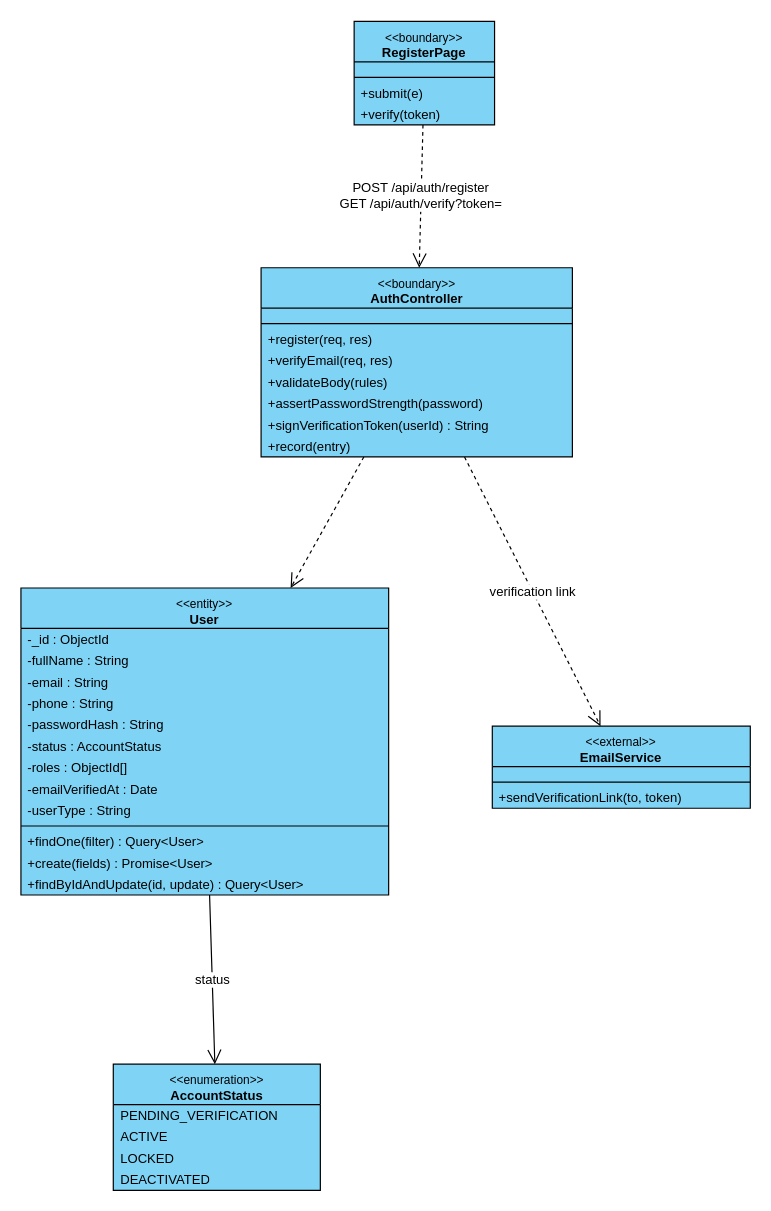
toikobi401/SWD392 keeps this draw.io diagram as final/diagrams/M2_Auth-And-Administration_Diagrams/class_diagrams/CD-06_UC-G16_RegisterAccount.drawio. Above is the earlier version. Source tidied: cells renumbered, new cells numbered last; positions are measured from the earlier drawing's top-left corner, leaving out a move shared by most shapes. Both pictures are drawn from the tidied source at 119%, with x=0, y=0 at pixel (20, 20).
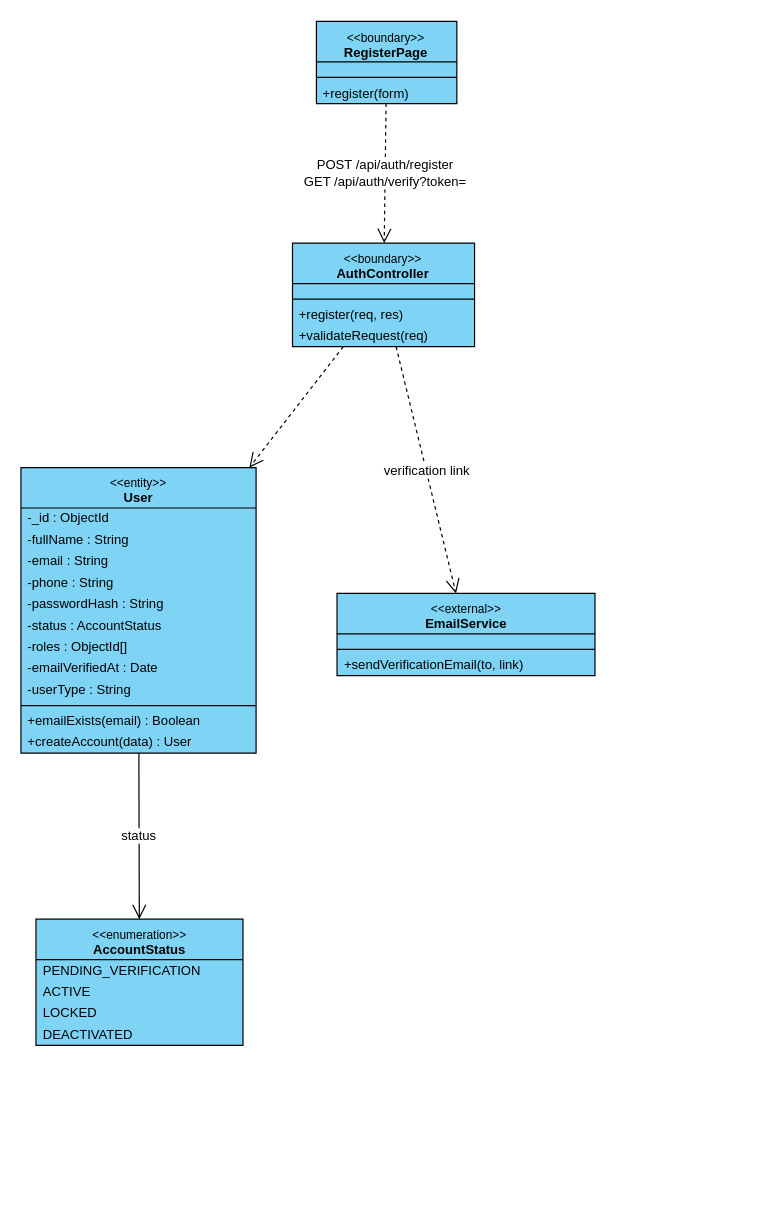
After the change.

What changed in the source:
```diff
@@
     <mxCell id="2" value="&lt;font style=&quot;font-size:10px&quot;&gt;&amp;lt;&amp;lt;boundary&amp;gt;&amp;gt;&lt;/font&gt;&lt;br&gt;&lt;b&gt;RegisterPage&lt;/b&gt;" style="swimlane;fontStyle=0;align=center;verticalAlign=top;horizontal=1;startSize=34;html=1;whiteSpace=wrap;fontSize=11;fillColor=#7fd3f5;swimlaneFillColor=#7fd3f5;strokeColor=#000000;" parent="1" vertex="1">
-      <mxGeometry x="280.1" y="0.5" width="118" height="87" as="geometry" />
+      <mxGeometry x="248.4" y="0.5" width="118" height="69" as="geometry" />
     </mxCell>
@@
-    <mxCell id="5" value="+submit(e)" style="text;strokeColor=none;fillColor=none;align=left;verticalAlign=middle;spacingLeft=4;spacingRight=4;overflow=hidden;whiteSpace=nowrap;html=1;fontSize=11;" parent="2" vertex="1">
+    <mxCell id="5" value="+register(form)" style="text;strokeColor=none;fillColor=none;align=left;verticalAlign=middle;spacingLeft=4;spacingRight=4;overflow=hidden;whiteSpace=nowrap;html=1;fontSize=11;" parent="2" vertex="1">
       <mxGeometry y="51" width="118" height="18" as="geometry" />
     </mxCell>
-    <mxCell id="6" value="+verify(token)" style="text;strokeColor=none;fillColor=none;align=left;verticalAlign=middle;spacingLeft=4;spacingRight=4;overflow=hidden;whiteSpace=nowrap;html=1;fontSize=11;" parent="2" vertex="1">
-      <mxGeometry y="69" width="118" height="18" as="geometry" />
-    </mxCell>
     <mxCell id="7" value="&lt;font style=&quot;font-size:10px&quot;&gt;&amp;lt;&amp;lt;boundary&amp;gt;&amp;gt;&lt;/font&gt;&lt;br&gt;&lt;b&gt;AuthController&lt;/b&gt;" style="swimlane;fontStyle=0;align=center;verticalAlign=top;horizontal=1;startSize=34;html=1;whiteSpace=wrap;fontSize=11;fillColor=#7fd3f5;swimlaneFillColor=#7fd3f5;strokeColor=#000000;" parent="1" vertex="1">
-      <mxGeometry x="201.9" y="207.5" width="261.6" height="159" as="geometry" />
+      <mxGeometry x="228.3" y="186.8" width="153" height="87" as="geometry" />
     </mxCell>
     <mxCell id="8" style="text;strokeColor=none;fillColor=none;html=1;" parent="7" vertex="1">
-      <mxGeometry y="34" width="261.6" height="9" as="geometry" />
+      <mxGeometry y="34" width="153" height="9" as="geometry" />
     </mxCell>
     <mxCell id="9" style="line;strokeWidth=1;fillColor=none;align=left;verticalAlign=middle;spacingTop=-1;spacingLeft=3;spacingRight=3;labelPosition=right;strokeColor=#000000;" parent="7" vertex="1">
-      <mxGeometry y="43" width="261.6" height="8" as="geometry" />
+      <mxGeometry y="43" width="153" height="8" as="geometry" />
     </mxCell>
     <mxCell id="10" value="+register(req, res)" style="text;strokeColor=none;fillColor=none;align=left;verticalAlign=middle;spacingLeft=4;spacingRight=4;overflow=hidden;whiteSpace=nowrap;html=1;fontSize=11;" parent="7" vertex="1">
-      <mxGeometry y="51" width="261.6" height="18" as="geometry" />
+      <mxGeometry y="51" width="153" height="18" as="geometry" />
     </mxCell>
-    <mxCell id="11" value="+verifyEmail(req, res)" style="text;strokeColor=none;fillColor=none;align=left;verticalAlign=middle;spacingLeft=4;spacingRight=4;overflow=hidden;whiteSpace=nowrap;html=1;fontSize=11;" parent="7" vertex="1">
-      <mxGeometry y="69" width="261.6" height="18" as="geometry" />
+    <mxCell id="11" value="+validateRequest(req)" style="text;strokeColor=none;fillColor=none;align=left;verticalAlign=middle;spacingLeft=4;spacingRight=4;overflow=hidden;whiteSpace=nowrap;html=1;fontSize=11;" parent="7" vertex="1">
+      <mxGeometry y="69" width="153" height="18" as="geometry" />
     </mxCell>
-    <mxCell id="12" value="+validateBody(rules)" style="text;strokeColor=none;fillColor=none;align=left;verticalAlign=middle;spacingLeft=4;spacingRight=4;overflow=hidden;whiteSpace=nowrap;html=1;fontSize=11;" parent="7" vertex="1">
-      <mxGeometry y="87" width="261.6" height="18" as="geometry" />
-    </mxCell>
-    <mxCell id="13" value="+assertPasswordStrength(password)" style="text;strokeColor=none;fillColor=none;align=left;verticalAlign=middle;spacingLeft=4;spacingRight=4;overflow=hidden;whiteSpace=nowrap;html=1;fontSize=11;" parent="7" vertex="1">
-      <mxGeometry y="105" width="261.6" height="18" as="geometry" />
-    </mxCell>
-    <mxCell id="14" value="+signVerificationToken(userId) : String" style="text;strokeColor=none;fillColor=none;align=left;verticalAlign=middle;spacingLeft=4;spacingRight=4;overflow=hidden;whiteSpace=nowrap;html=1;fontSize=11;" parent="7" vertex="1">
-      <mxGeometry y="123" width="261.6" height="18" as="geometry" />
-    </mxCell>
-    <mxCell id="15" value="+record(entry)" style="text;strokeColor=none;fillColor=none;align=left;verticalAlign=middle;spacingLeft=4;spacingRight=4;overflow=hidden;whiteSpace=nowrap;html=1;fontSize=11;" parent="7" vertex="1">
-      <mxGeometry y="141" width="261.6" height="18" as="geometry" />
-    </mxCell>
     <mxCell id="16" value="&lt;font style=&quot;font-size:10px&quot;&gt;&amp;lt;&amp;lt;entity&amp;gt;&amp;gt;&lt;/font&gt;&lt;br&gt;&lt;b&gt;User&lt;/b&gt;" style="swimlane;fontStyle=0;align=center;verticalAlign=top;horizontal=1;startSize=34;html=1;whiteSpace=wrap;fontSize=11;fillColor=#7fd3f5;swimlaneFillColor=#7fd3f5;strokeColor=#000000;" parent="1" vertex="1">
-      <mxGeometry x="0.1" y="476.6" width="309" height="258" as="geometry" />
+      <mxGeometry x="0.1" y="375.4" width="197.6" height="240" as="geometry" />
     </mxCell>
     <mxCell id="17" value="-_id : ObjectId" style="text;strokeColor=none;fillColor=none;align=left;verticalAlign=middle;spacingLeft=4;spacingRight=4;overflow=hidden;whiteSpace=nowrap;html=1;fontSize=11;" parent="16" vertex="1">
-      <mxGeometry y="34" width="309" height="18" as="geometry" />
+      <mxGeometry y="34" width="197.6" height="18" as="geometry" />
     </mxCell>
     <mxCell id="18" value="-fullName : String" style="text;strokeColor=none;fillColor=none;align=left;verticalAlign=middle;spacingLeft=4;spacingRight=4;overflow=hidden;whiteSpace=nowrap;html=1;fontSize=11;" parent="16" vertex="1">
-      <mxGeometry y="52" width="309" height="18" as="geometry" />
+      <mxGeometry y="52" width="197.6" height="18" as="geometry" />
     </mxCell>
     <mxCell id="19" value="-email : String" style="text;strokeColor=none;fillColor=none;align=left;verticalAlign=middle;spacingLeft=4;spacingRight=4;overflow=hidden;whiteSpace=nowrap;html=1;fontSize=11;" parent="16" vertex="1">
-      <mxGeometry y="70" width="309" height="18" as="geometry" />
+      <mxGeometry y="70" width="197.6" height="18" as="geometry" />
     </mxCell>
     <mxCell id="20" value="-phone : String" style="text;strokeColor=none;fillColor=none;align=left;verticalAlign=middle;spacingLeft=4;spacingRight=4;overflow=hidden;whiteSpace=nowrap;html=1;fontSize=11;" parent="16" vertex="1">
-      <mxGeometry y="88" width="309" height="18" as="geometry" />
+      <mxGeometry y="88" width="197.6" height="18" as="geometry" />
     </mxCell>
     <mxCell id="21" value="-passwordHash : String" style="text;strokeColor=none;fillColor=none;align=left;verticalAlign=middle;spacingLeft=4;spacingRight=4;overflow=hidden;whiteSpace=nowrap;html=1;fontSize=11;" parent="16" vertex="1">
-      <mxGeometry y="106" width="309" height="18" as="geometry" />
+      <mxGeometry y="106" width="197.6" height="18" as="geometry" />
     </mxCell>
     <mxCell id="22" value="-status : AccountStatus" style="text;strokeColor=none;fillColor=none;align=left;verticalAlign=middle;spacingLeft=4;spacingRight=4;overflow=hidden;whiteSpace=nowrap;html=1;fontSize=11;" parent="16" vertex="1">
-      <mxGeometry y="124" width="309" height="18" as="geometry" />
+      <mxGeometry y="124" width="197.6" height="18" as="geometry" />
     </mxCell>
     <mxCell id="23" value="-roles : ObjectId[]" style="text;strokeColor=none;fillColor=none;align=left;verticalAlign=middle;spacingLeft=4;spacingRight=4;overflow=hidden;whiteSpace=nowrap;html=1;fontSize=11;" parent="16" vertex="1">
-      <mxGeometry y="142" width="309" height="18" as="geometry" />
+      <mxGeometry y="142" width="197.6" height="18" as="geometry" />
     </mxCell>
     <mxCell id="24" value="-emailVerifiedAt : Date" style="text;strokeColor=none;fillColor=none;align=left;verticalAlign=middle;spacingLeft=4;spacingRight=4;overflow=hidden;whiteSpace=nowrap;html=1;fontSize=11;" parent="16" vertex="1">
-      <mxGeometry y="160" width="309" height="18" as="geometry" />
+      <mxGeometry y="160" width="197.6" height="18" as="geometry" />
     </mxCell>
     <mxCell id="25" value="-userType : String" style="text;strokeColor=none;fillColor=none;align=left;verticalAlign=middle;spacingLeft=4;spacingRight=4;overflow=hidden;whiteSpace=nowrap;html=1;fontSize=11;" parent="16" vertex="1">
-      <mxGeometry y="178" width="309" height="18" as="geometry" />
+      <mxGeometry y="178" width="197.6" height="18" as="geometry" />
     </mxCell>
     <mxCell id="26" style="line;strokeWidth=1;fillColor=none;align=left;verticalAlign=middle;spacingTop=-1;spacingLeft=3;spacingRight=3;labelPosition=right;strokeColor=#000000;" parent="16" vertex="1">
-      <mxGeometry y="196" width="309" height="8" as="geometry" />
+      <mxGeometry y="196" width="197.6" height="8" as="geometry" />
     </mxCell>
-    <mxCell id="27" value="+findOne(filter) : Query&amp;lt;User&amp;gt;" style="text;strokeColor=none;fillColor=none;align=left;verticalAlign=middle;spacingLeft=4;spacingRight=4;overflow=hidden;whiteSpace=nowrap;html=1;fontSize=11;" parent="16" vertex="1">
-      <mxGeometry y="204" width="309" height="18" as="geometry" />
+    <mxCell id="27" value="+emailExists(email) : Boolean" style="text;strokeColor=none;fillColor=none;align=left;verticalAlign=middle;spacingLeft=4;spacingRight=4;overflow=hidden;whiteSpace=nowrap;html=1;fontSize=11;" parent="16" vertex="1">
+      <mxGeometry y="204" width="197.6" height="18" as="geometry" />
     </mxCell>
-    <mxCell id="28" value="+create(fields) : Promise&amp;lt;User&amp;gt;" style="text;strokeColor=none;fillColor=none;align=left;verticalAlign=middle;spacingLeft=4;spacingRight=4;overflow=hidden;whiteSpace=nowrap;html=1;fontSize=11;" parent="16" vertex="1">
-      <mxGeometry y="222" width="309" height="18" as="geometry" />
+    <mxCell id="28" value="+createAccount(data) : User" style="text;strokeColor=none;fillColor=none;align=left;verticalAlign=middle;spacingLeft=4;spacingRight=4;overflow=hidden;whiteSpace=nowrap;html=1;fontSize=11;" parent="16" vertex="1">
+      <mxGeometry y="222" width="197.6" height="18" as="geometry" />
     </mxCell>
-    <mxCell id="29" value="+findByIdAndUpdate(id, update) : Query&amp;lt;User&amp;gt;" style="text;strokeColor=none;fillColor=none;align=left;verticalAlign=middle;spacingLeft=4;spacingRight=4;overflow=hidden;whiteSpace=nowrap;html=1;fontSize=11;" parent="16" vertex="1">
-      <mxGeometry y="240" width="309" height="18" as="geometry" />
-    </mxCell>
     <mxCell id="30" value="&lt;font style=&quot;font-size:10px&quot;&gt;&amp;lt;&amp;lt;external&amp;gt;&amp;gt;&lt;/font&gt;&lt;br&gt;&lt;b&gt;EmailService&lt;/b&gt;" style="swimlane;fontStyle=0;align=center;verticalAlign=top;horizontal=1;startSize=34;html=1;whiteSpace=wrap;fontSize=11;fillColor=#7fd3f5;swimlaneFillColor=#7fd3f5;strokeColor=#000000;" parent="1" vertex="1">
-      <mxGeometry x="396.2" y="592.7" width="216.8" height="69" as="geometry" />
+      <mxGeometry x="265.7" y="481.2" width="216.8" height="69" as="geometry" />
     </mxCell>
@@
-    <mxCell id="33" value="+sendVerificationLink(to, token)" style="text;strokeColor=none;fillColor=none;align=left;verticalAlign=middle;spacingLeft=4;spacingRight=4;overflow=hidden;whiteSpace=nowrap;html=1;fontSize=11;" parent="30" vertex="1">
+    <mxCell id="33" value="+sendVerificationEmail(to, link)" style="text;strokeColor=none;fillColor=none;align=left;verticalAlign=middle;spacingLeft=4;spacingRight=4;overflow=hidden;whiteSpace=nowrap;html=1;fontSize=11;" parent="30" vertex="1">
       <mxGeometry y="51" width="216.8" height="18" as="geometry" />
     </mxCell>
     <mxCell id="34" value="&lt;font style=&quot;font-size:10px&quot;&gt;&amp;lt;&amp;lt;enumeration&amp;gt;&amp;gt;&lt;/font&gt;&lt;br&gt;&lt;b&gt;AccountStatus&lt;/b&gt;" style="swimlane;fontStyle=0;align=center;verticalAlign=top;horizontal=1;startSize=34;html=1;whiteSpace=wrap;fontSize=11;fillColor=#7fd3f5;swimlaneFillColor=#7fd3f5;strokeColor=#000000;" parent="1" vertex="1">
-      <mxGeometry x="77.7" y="876.8" width="174" height="106" as="geometry" />
+      <mxGeometry x="12.7" y="754.9" width="174" height="106" as="geometry" />
     </mxCell>
```
